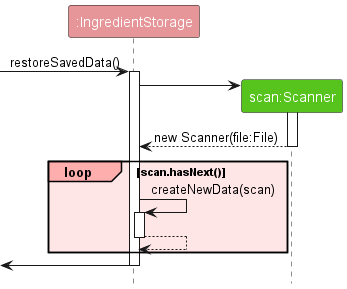
Before: docs/images/RestoreIngredientStorageSequenceDiagram.png, a diagram exported from PlantUML (nus-cs2113-AY2324S1/tp).
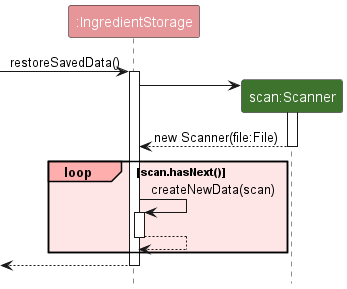
Later version of the same file.

Change to the diagram source:
```diff
@@ -23,6 +23,6 @@
 deactivate IngredientStorage
 end
 
-[<- IngredientStorage
+[<-- IngredientStorage
 deactivate IngredientStorage
 @enduml
```
